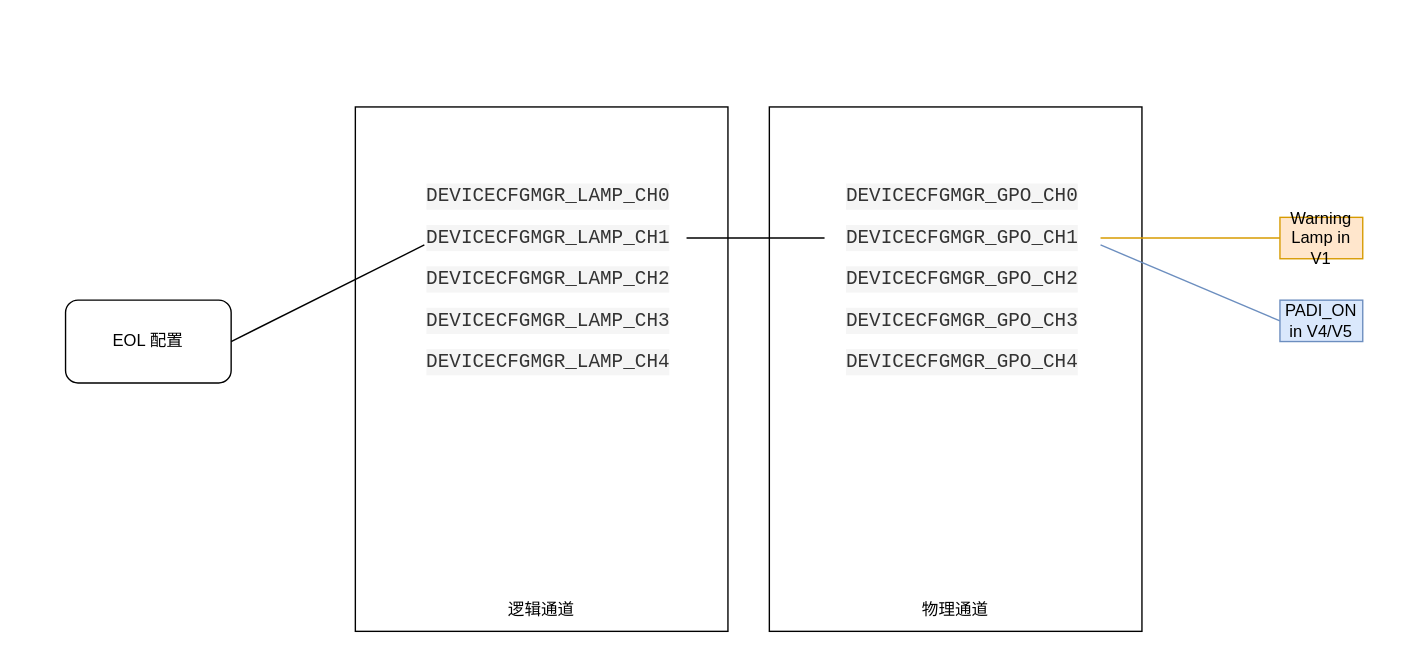
woshitanwang/pics_procdure keeps this draw.io diagram as Gpo_configuration.drawio. Above is the earlier version. Source tidied: cells renumbered, new cells numbered last; positions are measured from the earlier drawing's top-left corner, leaving out a move shared by most shapes. Both pictures are drawn from the tidied source at 138%, with x=0, y=0 at pixel (65, 106).
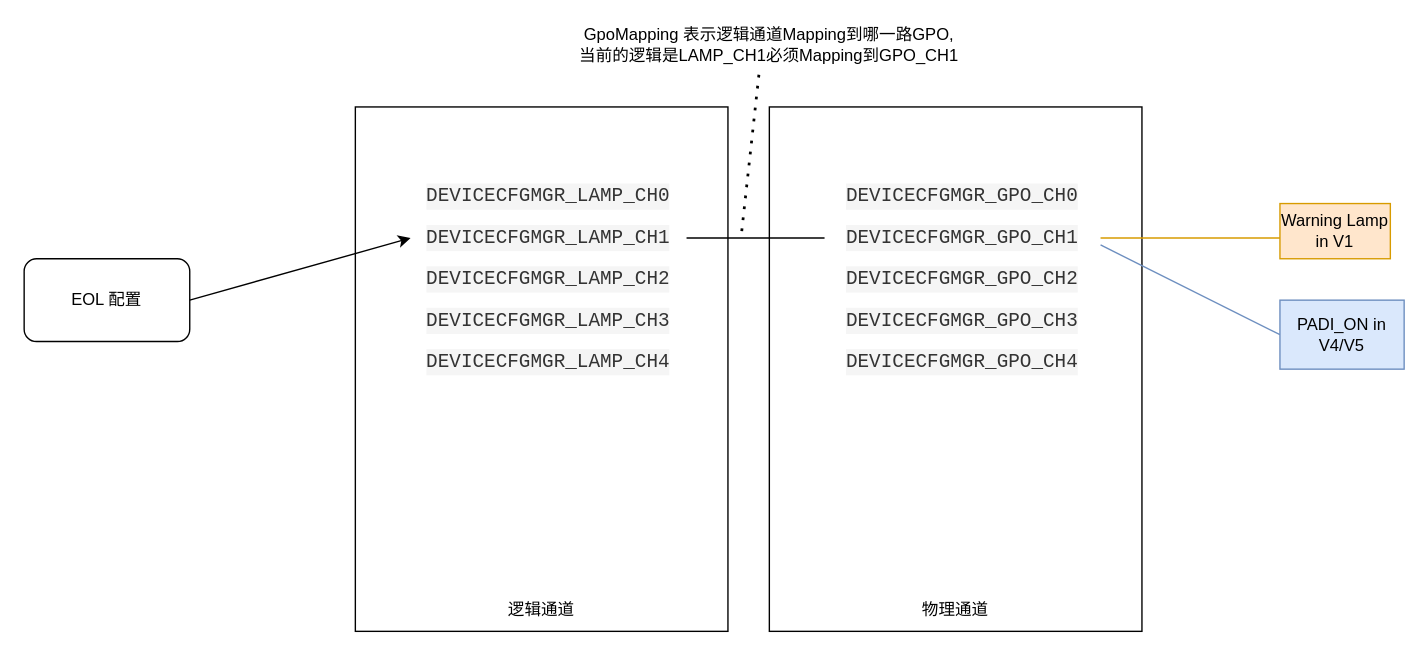
The same page after the edit.

The change refers to these unchanged cells:
```xml
<mxCell id="7" value="&lt;div style=&quot;color: rgb(51, 51, 51); background-color: rgb(245, 245, 245); font-family: Consolas, &amp;quot;Courier New&amp;quot;, monospace; font-size: 14px; line-height: 19px;&quot;&gt;DEVICECFGMGR_LAMP_CH1&lt;/div&gt;" style="text;html=1;strokeColor=none;fillColor=none;align=center;verticalAlign=middle;whiteSpace=wrap;rounded=0;" parent="1" vertex="1">
  <mxGeometry x="250" y="80" width="200" height="30" as="geometry" />
</mxCell>
```

The edit, as a diff of the source:
```diff
@@
     <mxCell id="16" value="EOL 配置" style="rounded=1;whiteSpace=wrap;html=1;" parent="1" vertex="1">
-      <mxGeometry y="140" width="120" height="60" as="geometry" />
+      <mxGeometry x="-30" y="110" width="120" height="60" as="geometry" />
     </mxCell>
-    <mxCell id="17" style="endArrow=none;html=1;rounded=0;exitX=1;exitY=0.5;exitDx=0;exitDy=0;" parent="1" edge="1" source="16">
-      <mxGeometry relative="1" as="geometry">
-        <mxPoint x="260" y="100" as="targetPoint" />
-      </mxGeometry>
-    </mxCell>
@@
     <mxCell id="20" value="Warning Lamp in V1" style="text;html=1;strokeColor=#d79b00;fillColor=#ffe6cc;align=center;verticalAlign=middle;whiteSpace=wrap;rounded=0;" parent="1" vertex="1">
-      <mxGeometry x="880" y="80" width="60" height="30" as="geometry" />
+      <mxGeometry x="880" y="70" width="80" height="40" as="geometry" />
     </mxCell>
@@
     <mxCell id="22" value="PADI_ON in V4/V5" style="text;html=1;strokeColor=#6c8ebf;fillColor=#dae8fc;align=center;verticalAlign=middle;whiteSpace=wrap;rounded=0;" parent="1" vertex="1">
-      <mxGeometry x="880" y="140" width="60" height="30" as="geometry" />
+      <mxGeometry x="880" y="140" width="90" height="50" as="geometry" />
     </mxCell>
+    <mxCell id="23" value="GpoMapping 表示逻辑通道Mapping到哪一路GPO, &lt;br&gt;当前的逻辑是LAMP_CH1必须Mapping到GPO_CH1" style="text;html=1;strokeColor=none;fillColor=none;align=center;verticalAlign=middle;whiteSpace=wrap;rounded=0;" parent="1" vertex="1">
+      <mxGeometry x="360" y="-60" width="300" height="30" as="geometry" />
+    </mxCell>
+    <mxCell id="24" style="endArrow=none;dashed=1;html=1;dashPattern=1 3;strokeWidth=2;rounded=0;entryX=0.476;entryY=1.11;entryDx=0;entryDy=0;entryPerimeter=0;" parent="1" edge="1" target="23">
+      <mxGeometry relative="1" as="geometry">
+        <mxPoint x="490" y="90" as="sourcePoint" />
+      </mxGeometry>
+    </mxCell>
+    <mxCell id="25" style="endArrow=classic;html=1;rounded=0;exitX=1;exitY=0.5;exitDx=0;exitDy=0;entryX=0;entryY=0.5;entryDx=0;entryDy=0;" parent="1" edge="1" source="16" target="7">
+      <mxGeometry relative="1" as="geometry" />
+    </mxCell>
```
